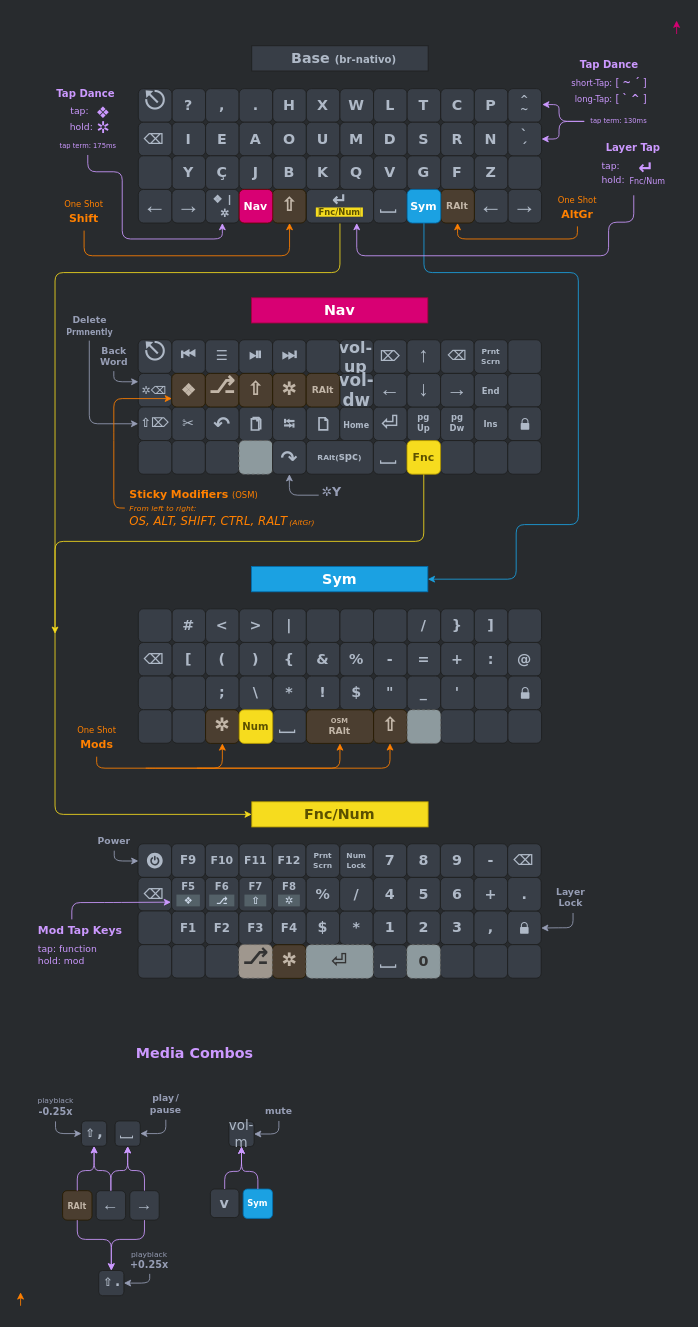
The draw.io diagram page "layers" (1 of 3) of Keyboards/diagram/CSTC40.drawio in DropDeadAlex/sys-customs, before the edit. Source tidied: cells renumbered, new cells numbered last; positions are measured from the earlier drawing's top-left corner, leaving out a move shared by most shapes. Both pictures are drawn from the tidied source at 84%, with x=0, y=0 at pixel (20, 20).
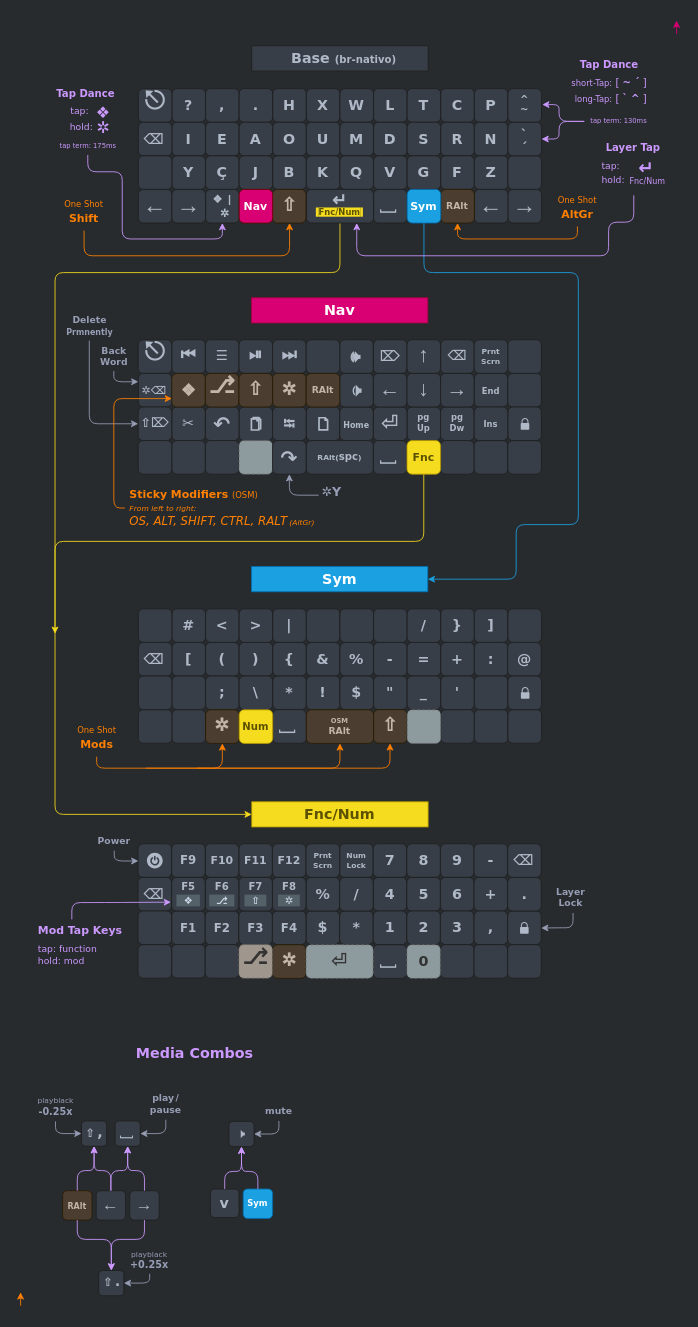
Above is the later version.

Commit message:
try hardcoded vol symbols on drawio

Diff of the diagram source:
```diff
@@
-    <mxCell id="3" value="vol-up" style="whiteSpace=wrap;html=1;fontSize=19;fontFamily=Verdana;fontStyle=1;fontColor=#AFB9C7;fillColor=#383E47;rounded=1;strokeColor=#1E1F20;spacingRight=2;" parent="1" vertex="1">
+    <mxCell id="3" value="🕪" style="whiteSpace=wrap;html=1;fontSize=19;fontFamily=Verdana;fontStyle=1;fontColor=#AFB9C7;fillColor=#383E47;rounded=1;strokeColor=#1E1F20;spacingRight=2;" parent="1" vertex="1">
       <mxGeometry x="380" y="380" width="40" height="40" as="geometry" />
     </mxCell>
@@
-    <mxCell id="65" value="vol-dw" style="whiteSpace=wrap;html=1;fontSize=20;fontFamily=Verdana;fontStyle=1;fontColor=#AFB9C7;fillColor=#383E47;rounded=1;spacingTop=-2;spacingLeft=0;strokeColor=#1E1F20;spacingRight=0;" parent="1" vertex="1">
+    <mxCell id="65" value="🕩" style="whiteSpace=wrap;html=1;fontSize=20;fontFamily=Verdana;fontStyle=1;fontColor=#AFB9C7;fillColor=#383E47;rounded=1;spacingTop=-2;spacingLeft=0;strokeColor=#1E1F20;spacingRight=0;" parent="1" vertex="1">
       <mxGeometry x="380" y="420" width="40" height="40" as="geometry" />
     </mxCell>
@@
-    <mxCell id="263" value="vol-m" style="whiteSpace=wrap;html=1;rotation=0;fontSize=16;fontFamily=Verdana;fontStyle=0;fontColor=#AFB9C7;fillColor=#383E47;rounded=1;strokeColor=#1E1F20;horizontal=1;spacingLeft=0;spacingTop=-2;spacingRight=0;" parent="1" vertex="1">
+    <mxCell id="263" value="🕨" style="whiteSpace=wrap;html=1;rotation=0;fontSize=16;fontFamily=Verdana;fontStyle=0;fontColor=#AFB9C7;fillColor=#383E47;rounded=1;strokeColor=#1E1F20;horizontal=1;spacingLeft=0;spacingTop=-2;spacingRight=0;" parent="1" vertex="1">
       <mxGeometry x="248" y="1310.5" width="30" height="30" as="geometry" />
     </mxCell>
```
